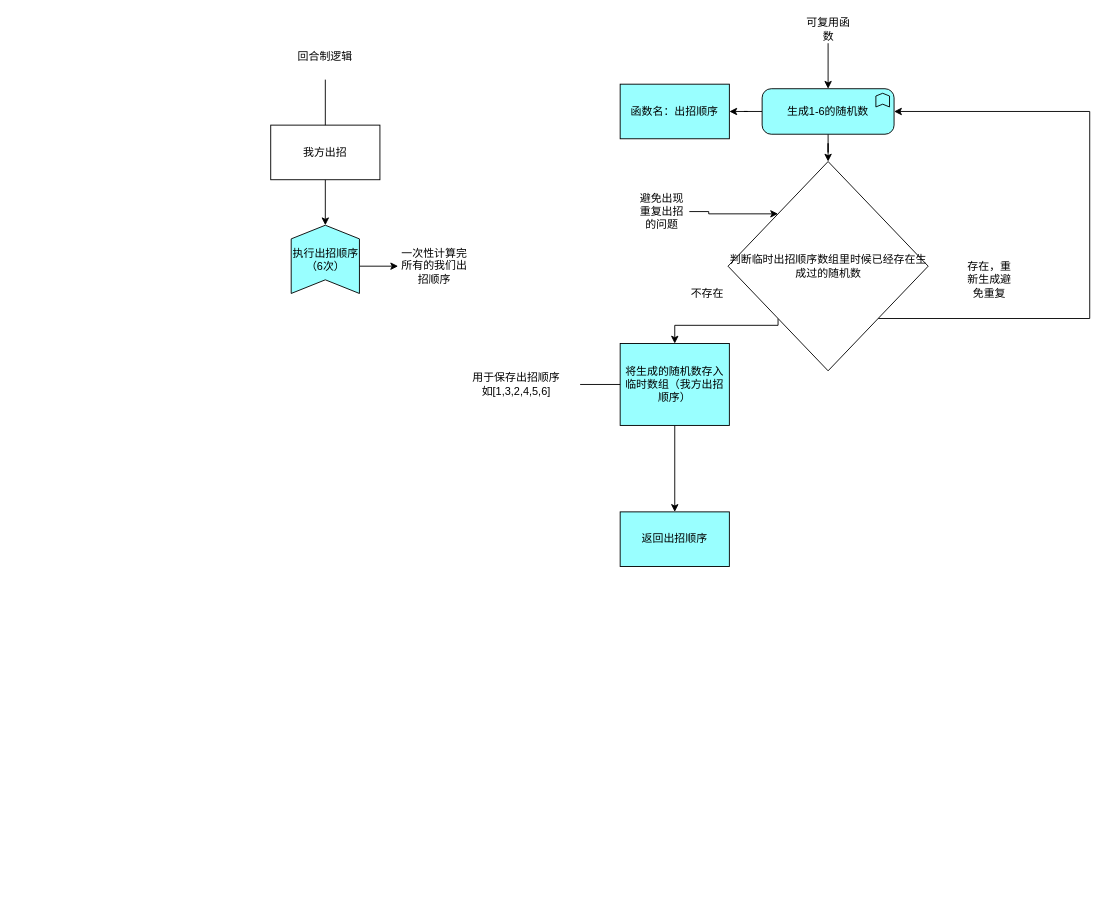
This is a/回合制逻辑.drawio from 2439905184/diagrams, a draw.io file, before an edit. Source tidied: cells renumbered, new cells numbered last; positions are measured from the earlier drawing's top-left corner, leaving out a move shared by most shapes. Both pictures are drawn from the tidied source at 91%, with x=0, y=0 at pixel (270, 15).
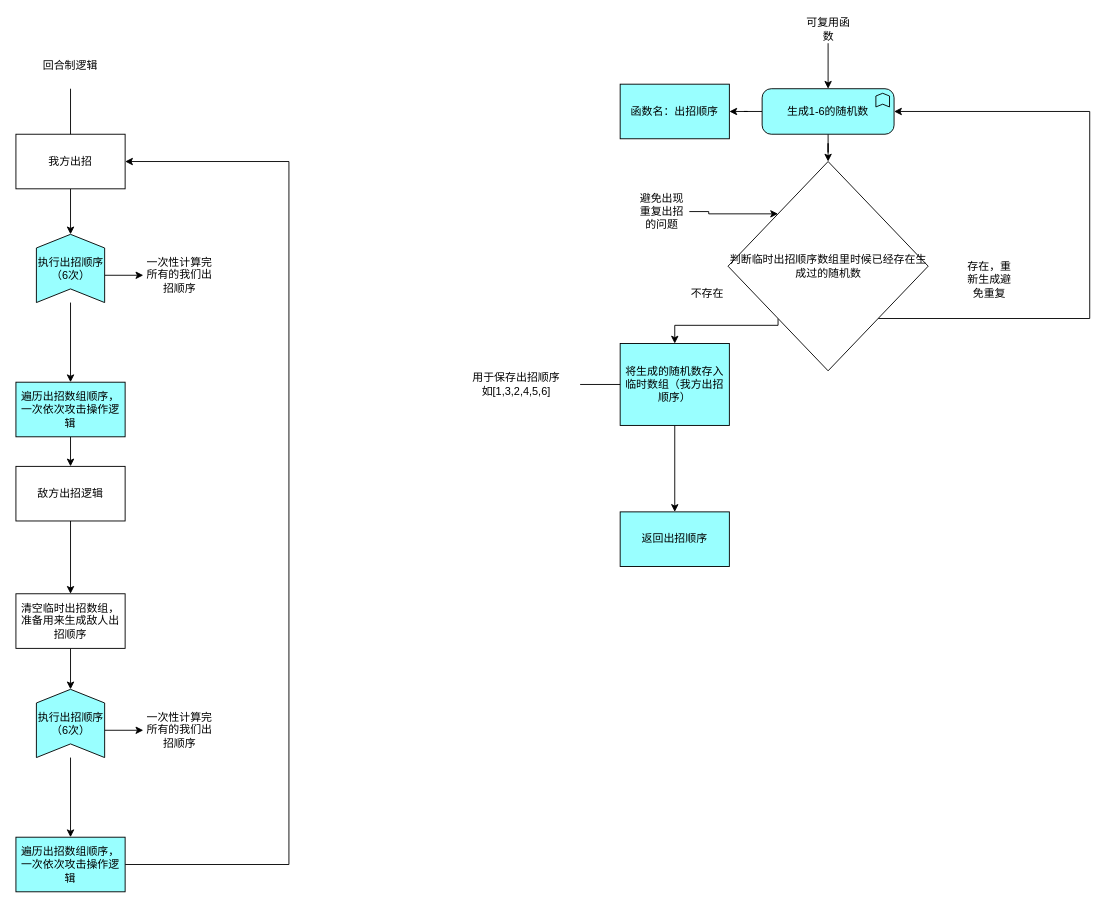
After the change.

Commit message:
完成回合制逻辑.drawio

The edit, as a diff of the source:
```diff
@@
     <mxCell id="3" value="我方出招" style="rounded=0;whiteSpace=wrap;html=1;" parent="1" vertex="1">
-      <mxGeometry y="120" width="120" height="60" as="geometry" />
+      <mxGeometry x="-280" y="130" width="120" height="60" as="geometry" />
     </mxCell>
     <mxCell id="4" value="回合制逻辑" style="text;html=1;strokeColor=none;fillColor=none;align=center;verticalAlign=middle;whiteSpace=wrap;rounded=0;" parent="1" vertex="1">
-      <mxGeometry y="20" width="120" height="50" as="geometry" />
+      <mxGeometry x="-280" y="30" width="120" height="50" as="geometry" />
     </mxCell>
@@
+    <mxCell id="27" style="edgeStyle=orthogonalEdgeStyle;rounded=0;jettySize=auto;html=1;" parent="1" edge="1" source="13" target="29">
+      <mxGeometry relative="1" as="geometry" />
+    </mxCell>
     <mxCell id="13" value="执行出招顺序（6次）" style="html=1;outlineConnect=0;whiteSpace=wrap;fillColor=#99ffff;shape=mxgraph.archimate3.function;" parent="1" vertex="1">
-      <mxGeometry x="22.5" y="230" width="75" height="75" as="geometry" />
+      <mxGeometry x="-257.5" y="240" width="75" height="75" as="geometry" />
     </mxCell>
@@
     <mxCell id="26" value="一次性计算完所有的我们出招顺序" style="text;html=1;strokeColor=none;fillColor=none;align=center;verticalAlign=middle;whiteSpace=wrap;rounded=0;" parent="1" vertex="1">
-      <mxGeometry x="140" y="235" width="80" height="80" as="geometry" />
+      <mxGeometry x="-140" y="245" width="80" height="80" as="geometry" />
     </mxCell>
+    <mxCell id="28" style="edgeStyle=orthogonalEdgeStyle;rounded=0;jettySize=auto;html=1;exitX=0.5;exitY=1;exitDx=0;exitDy=0;entryX=0.5;entryY=0;entryDx=0;entryDy=0;" parent="1" edge="1" source="29" target="31">
+      <mxGeometry relative="1" as="geometry" />
+    </mxCell>
+    <mxCell id="29" value="遍历出招数组顺序，一次依次攻击操作逻辑" style="whiteSpace=wrap;html=1;fillColor=#99ffff;" parent="1" vertex="1">
+      <mxGeometry x="-280" y="402.5" width="120" height="60" as="geometry" />
+    </mxCell>
+    <mxCell id="30" style="edgeStyle=orthogonalEdgeStyle;rounded=0;jettySize=auto;html=1;" parent="1" edge="1" source="31" target="33">
+      <mxGeometry relative="1" as="geometry" />
+    </mxCell>
+    <mxCell id="31" value="敌方出招逻辑" style="rounded=0;whiteSpace=wrap;html=1;" parent="1" vertex="1">
+      <mxGeometry x="-280" y="495" width="120" height="60" as="geometry" />
+    </mxCell>
+    <mxCell id="32" style="edgeStyle=orthogonalEdgeStyle;rounded=0;jettySize=auto;html=1;exitX=0.5;exitY=1;exitDx=0;exitDy=0;entryX=0.5;entryY=0;entryDx=0;entryDy=0;entryPerimeter=0;" parent="1" edge="1" source="33" target="36">
+      <mxGeometry relative="1" as="geometry" />
+    </mxCell>
+    <mxCell id="33" value="清空临时出招数组，准备用来生成敌人出招顺序" style="whiteSpace=wrap;html=1;rounded=0;" parent="1" vertex="1">
+      <mxGeometry x="-280" y="635" width="120" height="60" as="geometry" />
+    </mxCell>
+    <mxCell id="34" style="edgeStyle=orthogonalEdgeStyle;rounded=0;jettySize=auto;html=1;exitX=1;exitY=0.6;exitDx=0;exitDy=0;exitPerimeter=0;" parent="1" edge="1" source="36" target="37">
+      <mxGeometry relative="1" as="geometry" />
+    </mxCell>
+    <mxCell id="35" style="edgeStyle=orthogonalEdgeStyle;rounded=0;jettySize=auto;html=1;" parent="1" edge="1" source="36" target="39">
+      <mxGeometry relative="1" as="geometry" />
+    </mxCell>
+    <mxCell id="36" value="执行出招顺序（6次）" style="html=1;outlineConnect=0;whiteSpace=wrap;fillColor=#99ffff;shape=mxgraph.archimate3.function;" parent="1" vertex="1">
+      <mxGeometry x="-257.5" y="740" width="75" height="75" as="geometry" />
+    </mxCell>
+    <mxCell id="37" value="一次性计算完所有的我们出招顺序" style="text;html=1;strokeColor=none;fillColor=none;align=center;verticalAlign=middle;whiteSpace=wrap;rounded=0;" parent="1" vertex="1">
+      <mxGeometry x="-140" y="745" width="80" height="80" as="geometry" />
+    </mxCell>
+    <mxCell id="38" style="edgeStyle=orthogonalEdgeStyle;rounded=0;jettySize=auto;html=1;exitX=1;exitY=0.5;exitDx=0;exitDy=0;entryX=1;entryY=0.5;entryDx=0;entryDy=0;" parent="1" edge="1" source="39" target="3">
+      <mxGeometry relative="1" as="geometry">
+        <Array as="points">
+          <mxPoint x="20" y="933" />
+          <mxPoint x="20" y="160" />
+        </Array>
+      </mxGeometry>
+    </mxCell>
+    <mxCell id="39" value="遍历出招数组顺序，一次依次攻击操作逻辑" style="whiteSpace=wrap;html=1;fillColor=#99ffff;" parent="1" vertex="1">
+      <mxGeometry x="-280" y="902.5" width="120" height="60" as="geometry" />
+    </mxCell>
```
